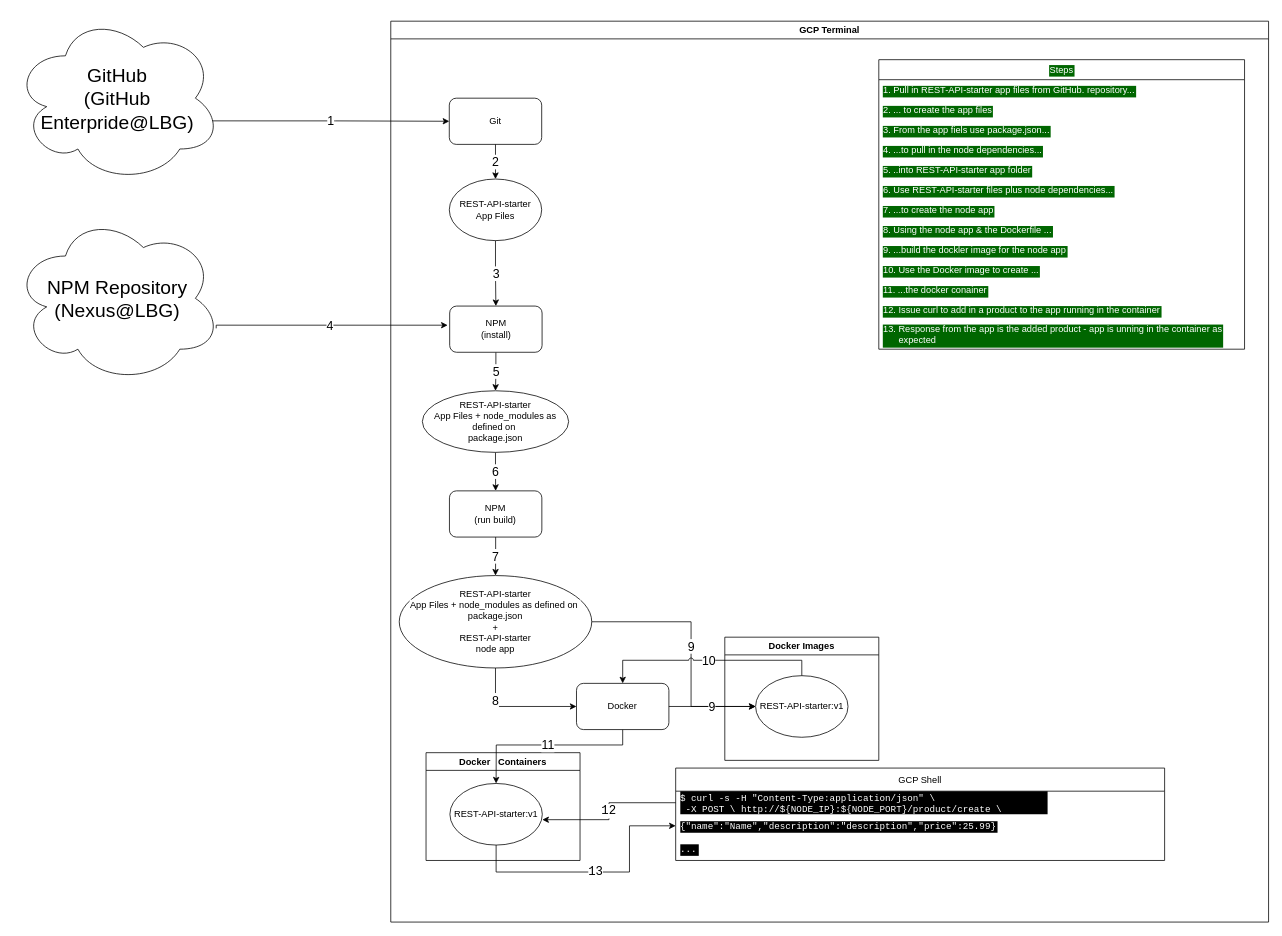
Above: images/tutorial-part-1-entity-diagram.drawio in neilprescott-github/REST-API-starter (draw.io), before the change. Source tidied: cells renumbered, new cells numbered last; positions are measured from the earlier drawing's top-left corner, leaving out a move shared by most shapes. Both pictures are drawn from the tidied source at 77%, with x=0, y=0 at pixel (13, 13).
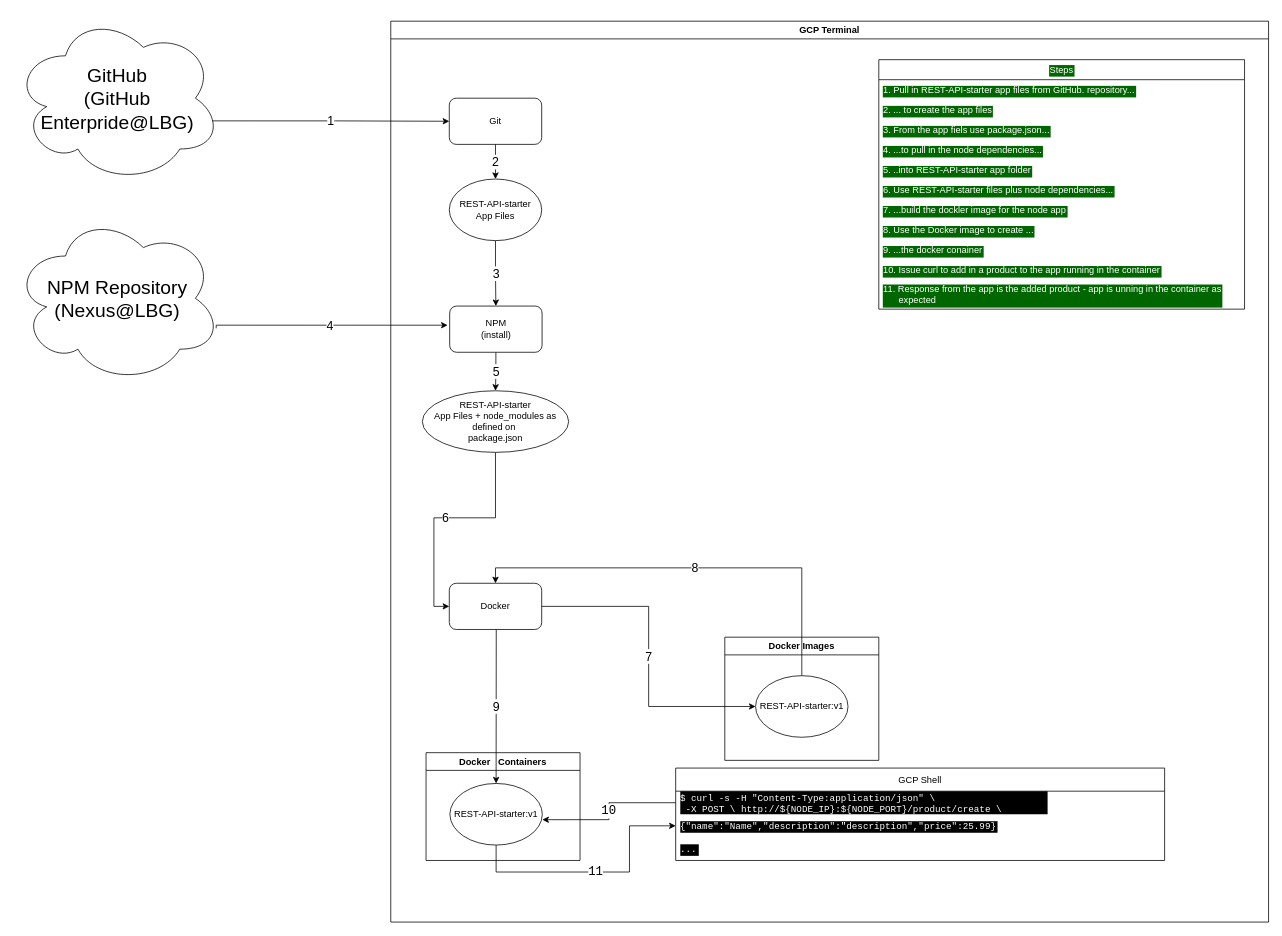
Above is the later version.

Commit message (it also covers changes not shown here):
NP: Updated tutorial part 1 image to reflect actual process

The change refers to these unchanged cells:
```xml
<mxCell id="6" value="GCP Terminal" style="swimlane;" parent="1" vertex="1">
  <mxGeometry x="490" y="10" width="1140" height="1170" as="geometry" />
</mxCell>
<mxCell id="8" value="&lt;span style=&quot;background-color: rgb(255 , 255 , 255)&quot;&gt;REST-API-starter:v1&lt;/span&gt;" style="ellipse;whiteSpace=wrap;html=1;" parent="7" vertex="1">
  <mxGeometry x="31" y="40" width="120" height="80" as="geometry" />
</mxCell>
<mxCell id="34" value="&lt;span style=&quot;background-color: rgb(255 , 255 , 255)&quot;&gt;REST-API-starter&lt;/span&gt;&lt;br&gt;&lt;span style=&quot;background-color: rgb(255 , 255 , 255)&quot;&gt;App Files +&amp;nbsp;&lt;/span&gt;&lt;span style=&quot;background-color: rgb(255 , 255 , 255)&quot;&gt;node_modules as defined on&lt;/span&gt;&lt;span style=&quot;background-color: rgb(255 , 255 , 255)&quot;&gt;&amp;nbsp;&lt;/span&gt;&lt;span style=&quot;background-color: rgb(255 , 255 , 255)&quot;&gt;&lt;br&gt;package.json&lt;/span&gt;" style="ellipse;whiteSpace=wrap;html=1;" parent="6" vertex="1">
  <mxGeometry x="41" y="480" width="190" height="80" as="geometry" />
</mxCell>
<mxCell id="40" value="$ curl -s -H &quot;Content-Type:application/json&quot; \&#10; -X POST \ http://${NODE_IP}:${NODE_PORT}/product/create \&#10; -d'{&quot;name&quot;:&quot;Name&quot;, &quot;description&quot;: &quot;description&quot;, &quot;price&quot;: 25.99}'" style="text;strokeColor=none;fillColor=none;align=left;verticalAlign=middle;spacingLeft=4;spacingRight=4;overflow=hidden;points=[[0,0.5],[1,0.5]];portConstraint=eastwest;fontFamily=Courier New;labelBackgroundColor=#000000;fontColor=#FFFFFF;" parent="39" vertex="1">
  <mxGeometry y="30" width="635" height="30" as="geometry" />
</mxCell>
<mxCell id="41" value="{&quot;name&quot;:&quot;Name&quot;,&quot;description&quot;:&quot;description&quot;,&quot;price&quot;:25.99}" style="text;strokeColor=none;fillColor=none;align=left;verticalAlign=middle;spacingLeft=4;spacingRight=4;overflow=hidden;points=[[0,0.5],[1,0.5]];portConstraint=eastwest;fontFamily=Courier New;labelBackgroundColor=#000000;fontColor=#FFFFFF;" parent="39" vertex="1">
  <mxGeometry y="60" width="635" height="30" as="geometry" />
</mxCell>
<mxCell id="44" value="&lt;span style=&quot;background-color: rgb(255 , 255 , 255)&quot;&gt;REST-API-starter:v1&lt;/span&gt;" style="ellipse;whiteSpace=wrap;html=1;" parent="43" vertex="1">
  <mxGeometry x="40" y="50" width="120" height="80" as="geometry" />
</mxCell>
```

What changed in the source:
```diff
@@
-    <mxCell id="10" value="11" style="edgeStyle=orthogonalEdgeStyle;rounded=0;jettySize=auto;html=1;exitX=0.5;exitY=1;exitDx=0;exitDy=0;labelBackgroundColor=#FFFFFF;fontFamily=Helvetica;fontSize=16;fontColor=#000000;" parent="6" edge="1" source="11" target="8">
+    <mxCell id="10" value="9" style="edgeStyle=orthogonalEdgeStyle;rounded=0;jettySize=auto;html=1;exitX=0.5;exitY=1;exitDx=0;exitDy=0;labelBackgroundColor=#FFFFFF;fontFamily=Helvetica;fontSize=16;fontColor=#000000;" parent="6" edge="1" source="11" target="8">
       <mxGeometry relative="1" as="geometry">
         <Array as="points">
-          <mxPoint x="301" y="940" />
-          <mxPoint x="137" y="940" />
+          <mxPoint x="137" y="790" />
         </Array>
       </mxGeometry>
     </mxCell>
     <mxCell id="11" value="&lt;span style=&quot;background-color: rgb(255 , 255 , 255)&quot;&gt;Docker&lt;/span&gt;" style="rounded=1;whiteSpace=wrap;html=1;" parent="6" vertex="1">
-      <mxGeometry x="241.2" y="860" width="120" height="60" as="geometry" />
+      <mxGeometry x="76" y="730" width="120" height="60" as="geometry" />
     </mxCell>
@@
-    <mxCell id="14" value="12" style="endArrow=classic;html=1;rounded=0;fontFamily=Courier New;fontColor=#000000;edgeStyle=orthogonalEdgeStyle;entryX=1;entryY=0.588;entryDx=0;entryDy=0;entryPerimeter=0;labelBackgroundColor=#FFFFFF;fontSize=16;" parent="6" edge="1" source="40" target="8">
+    <mxCell id="14" value="10" style="endArrow=classic;html=1;rounded=0;fontFamily=Courier New;fontColor=#000000;edgeStyle=orthogonalEdgeStyle;entryX=1;entryY=0.588;entryDx=0;entryDy=0;entryPerimeter=0;labelBackgroundColor=#FFFFFF;fontSize=16;" parent="6" edge="1" source="40" target="8">
       <mxGeometry relative="1" as="geometry" />
     </mxCell>
-    <mxCell id="15" value="13" style="endArrow=classic;html=1;rounded=0;fontFamily=Courier New;fontColor=#000000;edgeStyle=orthogonalEdgeStyle;exitX=0.5;exitY=1;exitDx=0;exitDy=0;entryX=0;entryY=0.5;entryDx=0;entryDy=0;fontSize=16;" parent="6" edge="1" source="8" target="41">
+    <mxCell id="15" value="11" style="endArrow=classic;html=1;rounded=0;fontFamily=Courier New;fontColor=#000000;edgeStyle=orthogonalEdgeStyle;exitX=0.5;exitY=1;exitDx=0;exitDy=0;entryX=0;entryY=0.5;entryDx=0;entryDy=0;fontSize=16;" parent="6" edge="1" source="8" target="41">
       <mxGeometry relative="1" as="geometry">
         <Array as="points">
           <mxPoint x="137" y="1105" />
           <mxPoint x="310" y="1105" />
           <mxPoint x="310" y="1045" />
         </Array>
       </mxGeometry>
     </mxCell>
     <mxCell id="16" value="Steps" style="swimlane;fontStyle=0;horizontal=1;startSize=26;fillColor=none;labelBackgroundColor=#006600;fontFamily=Helvetica;fontColor=#FFFFFF;" parent="6" vertex="1">
-      <mxGeometry x="633.8" y="50" width="475" height="376" as="geometry" />
+      <mxGeometry x="633.8" y="50" width="475" height="324" as="geometry" />
     </mxCell>
@@
-    <mxCell id="23" value="7. ...to create the node app" style="text;strokeColor=none;fillColor=none;align=left;verticalAlign=top;spacingLeft=4;spacingRight=4;overflow=hidden;labelBackgroundColor=#006600;fontFamily=Helvetica;fontColor=#FFFFFF;" parent="16" vertex="1">
-      <mxGeometry y="182" width="475" height="26" as="geometry" />
-    </mxCell>
-    <mxCell id="24" value="8. Using the node app &amp; the Dockerfile ..." style="text;strokeColor=none;fillColor=none;align=left;verticalAlign=top;spacingLeft=4;spacingRight=4;overflow=hidden;labelBackgroundColor=#006600;fontFamily=Helvetica;fontColor=#FFFFFF;" parent="16" vertex="1">
-      <mxGeometry y="208" width="475" height="26" as="geometry" />
-    </mxCell>
-    <mxCell id="25" value="9. ...build the dockler image for the node app" style="text;strokeColor=none;fillColor=none;align=left;verticalAlign=top;spacingLeft=4;spacingRight=4;overflow=hidden;labelBackgroundColor=#006600;fontFamily=Helvetica;fontColor=#FFFFFF;" parent="16" vertex="1">
-      <mxGeometry y="234" width="475" height="26" as="geometry" />
+    <mxCell id="25" value="7. ...build the dockler image for the node app" style="text;strokeColor=none;fillColor=none;align=left;verticalAlign=top;spacingLeft=4;spacingRight=4;overflow=hidden;labelBackgroundColor=#006600;fontFamily=Helvetica;fontColor=#FFFFFF;" parent="16" vertex="1">
+      <mxGeometry y="182" width="475" height="26" as="geometry" />
     </mxCell>
-    <mxCell id="26" value="10. Use the Docker image to create ..." style="text;strokeColor=none;fillColor=none;align=left;verticalAlign=top;spacingLeft=4;spacingRight=4;overflow=hidden;labelBackgroundColor=#006600;fontFamily=Helvetica;fontColor=#FFFFFF;" parent="16" vertex="1">
-      <mxGeometry y="260" width="475" height="26" as="geometry" />
+    <mxCell id="26" value="8. Use the Docker image to create ..." style="text;strokeColor=none;fillColor=none;align=left;verticalAlign=top;spacingLeft=4;spacingRight=4;overflow=hidden;labelBackgroundColor=#006600;fontFamily=Helvetica;fontColor=#FFFFFF;" parent="16" vertex="1">
+      <mxGeometry y="208" width="475" height="26" as="geometry" />
     </mxCell>
-    <mxCell id="27" value="11. ...the docker conainer" style="text;strokeColor=none;fillColor=none;align=left;verticalAlign=top;spacingLeft=4;spacingRight=4;overflow=hidden;labelBackgroundColor=#006600;fontFamily=Helvetica;fontColor=#FFFFFF;" parent="16" vertex="1">
-      <mxGeometry y="286" width="475" height="26" as="geometry" />
+    <mxCell id="27" value="9. ...the docker conainer" style="text;strokeColor=none;fillColor=none;align=left;verticalAlign=top;spacingLeft=4;spacingRight=4;overflow=hidden;labelBackgroundColor=#006600;fontFamily=Helvetica;fontColor=#FFFFFF;" parent="16" vertex="1">
+      <mxGeometry y="234" width="475" height="26" as="geometry" />
     </mxCell>
-    <mxCell id="28" value="12. Issue curl to add in a product to the app running in the container" style="text;strokeColor=none;fillColor=none;align=left;verticalAlign=top;spacingLeft=4;spacingRight=4;overflow=hidden;labelBackgroundColor=#006600;fontFamily=Helvetica;fontColor=#FFFFFF;" parent="16" vertex="1">
-      <mxGeometry y="312" width="475" height="24" as="geometry" />
+    <mxCell id="28" value="10. Issue curl to add in a product to the app running in the container" style="text;strokeColor=none;fillColor=none;align=left;verticalAlign=top;spacingLeft=4;spacingRight=4;overflow=hidden;labelBackgroundColor=#006600;fontFamily=Helvetica;fontColor=#FFFFFF;" parent="16" vertex="1">
+      <mxGeometry y="260" width="475" height="24" as="geometry" />
     </mxCell>
-    <mxCell id="29" value="13. Response from the app is the added product - app is unning in the container as&#10;      expected" style="text;strokeColor=none;fillColor=none;align=left;verticalAlign=top;spacingLeft=4;spacingRight=4;overflow=hidden;labelBackgroundColor=#006600;fontFamily=Helvetica;fontColor=#FFFFFF;" parent="16" vertex="1">
-      <mxGeometry y="336" width="475" height="40" as="geometry" />
+    <mxCell id="29" value="11. Response from the app is the added product - app is unning in the container as&#10;      expected" style="text;strokeColor=none;fillColor=none;align=left;verticalAlign=top;spacingLeft=4;spacingRight=4;overflow=hidden;labelBackgroundColor=#006600;fontFamily=Helvetica;fontColor=#FFFFFF;" parent="16" vertex="1">
+      <mxGeometry y="284" width="475" height="40" as="geometry" />
     </mxCell>
@@
-    <mxCell id="33" value="6" style="edgeStyle=orthogonalEdgeStyle;rounded=0;jettySize=auto;html=1;exitX=0.5;exitY=1;exitDx=0;exitDy=0;entryX=0.5;entryY=0;entryDx=0;entryDy=0;labelBackgroundColor=#FFFFFF;fontFamily=Helvetica;fontSize=16;fontColor=#000000;" parent="6" edge="1" source="34" target="36">
+    <mxCell id="33" value="6" style="edgeStyle=orthogonalEdgeStyle;rounded=0;jettySize=auto;html=1;exitX=0.5;exitY=1;exitDx=0;exitDy=0;entryX=0;entryY=0.5;entryDx=0;entryDy=0;labelBackgroundColor=#FFFFFF;fontFamily=Helvetica;fontSize=16;fontColor=#000000;" parent="6" edge="1" source="34" target="11">
       <mxGeometry relative="1" as="geometry" />
     </mxCell>
@@
-    <mxCell id="35" value="7" style="edgeStyle=orthogonalEdgeStyle;rounded=0;jettySize=auto;html=1;exitX=0.5;exitY=1;exitDx=0;exitDy=0;entryX=0.5;entryY=0;entryDx=0;entryDy=0;labelBackgroundColor=#FFFFFF;fontFamily=Helvetica;fontSize=16;fontColor=#000000;" parent="6" edge="1" source="36" target="38">
-      <mxGeometry relative="1" as="geometry" />
-    </mxCell>
-    <mxCell id="36" value="&lt;span style=&quot;background-color: rgb(255 , 255 , 255)&quot;&gt;NPM&lt;br&gt;(run build)&lt;/span&gt;" style="rounded=1;whiteSpace=wrap;html=1;" parent="6" vertex="1">
-      <mxGeometry x="76.2" y="610" width="120" height="60" as="geometry" />
-    </mxCell>
-    <mxCell id="37" value="9" style="edgeStyle=orthogonalEdgeStyle;rounded=0;jettySize=auto;html=1;exitX=1;exitY=0.5;exitDx=0;exitDy=0;entryX=0;entryY=0.5;entryDx=0;entryDy=0;labelBackgroundColor=#FFFFFF;fontFamily=Helvetica;fontSize=16;fontColor=#000000;jumpStyle=arc;" parent="6" edge="1" source="38" target="44">
-      <mxGeometry relative="1" as="geometry">
-        <Array as="points">
-          <mxPoint x="390" y="780" />
-          <mxPoint x="390" y="890" />
-        </Array>
-      </mxGeometry>
-    </mxCell>
-    <mxCell id="38" value="&lt;span style=&quot;background-color: rgb(255 , 255 , 255)&quot;&gt;REST-API-starter&lt;/span&gt;&lt;br&gt;&lt;span style=&quot;background-color: rgb(255 , 255 , 255)&quot;&gt;App Files +&amp;nbsp;&lt;/span&gt;&lt;span style=&quot;background-color: rgb(255 , 255 , 255)&quot;&gt;node_modules as defined on&lt;/span&gt;&lt;span style=&quot;background-color: rgb(255 , 255 , 255)&quot;&gt;&amp;nbsp;&lt;/span&gt;&lt;span style=&quot;background-color: rgb(255 , 255 , 255)&quot;&gt;&lt;br&gt;package.json&lt;/span&gt;&lt;span style=&quot;background-color: rgb(255 , 255 , 255)&quot;&gt;&lt;br&gt;+&lt;br&gt;REST-API-starter&lt;br&gt;&lt;/span&gt;&lt;span style=&quot;background-color: rgb(255 , 255 , 255)&quot;&gt;node app&lt;/span&gt;" style="ellipse;whiteSpace=wrap;html=1;" parent="6" vertex="1">
-      <mxGeometry x="11" y="720" width="250" height="120" as="geometry" />
-    </mxCell>
@@
-    <mxCell id="45" value="10" style="edgeStyle=orthogonalEdgeStyle;rounded=0;jettySize=auto;html=1;exitX=0.5;exitY=0;exitDx=0;exitDy=0;entryX=0.5;entryY=0;entryDx=0;entryDy=0;labelBackgroundColor=#FFFFFF;fontFamily=Helvetica;fontSize=16;fontColor=#000000;jumpStyle=arc;" parent="6" edge="1" source="44" target="11">
+    <mxCell id="45" value="8" style="edgeStyle=orthogonalEdgeStyle;rounded=0;jettySize=auto;html=1;exitX=0.5;exitY=0;exitDx=0;exitDy=0;entryX=0.5;entryY=0;entryDx=0;entryDy=0;labelBackgroundColor=#FFFFFF;fontFamily=Helvetica;fontSize=16;fontColor=#000000;jumpStyle=arc;" parent="6" edge="1" source="44" target="11">
       <mxGeometry relative="1" as="geometry" />
     </mxCell>
-    <mxCell id="46" value="9" style="edgeStyle=orthogonalEdgeStyle;rounded=0;jettySize=auto;html=1;exitX=1;exitY=0.5;exitDx=0;exitDy=0;entryX=0;entryY=0.5;entryDx=0;entryDy=0;labelBackgroundColor=#FFFFFF;fontFamily=Helvetica;fontSize=16;fontColor=#000000;" parent="6" edge="1" source="11" target="44">
+    <mxCell id="46" value="7" style="edgeStyle=orthogonalEdgeStyle;rounded=0;jettySize=auto;html=1;exitX=1;exitY=0.5;exitDx=0;exitDy=0;entryX=0;entryY=0.5;entryDx=0;entryDy=0;labelBackgroundColor=#FFFFFF;fontFamily=Helvetica;fontSize=16;fontColor=#000000;" parent="6" edge="1" source="11" target="44">
       <mxGeometry relative="1" as="geometry" />
     </mxCell>
-    <mxCell id="47" value="8" style="edgeStyle=orthogonalEdgeStyle;rounded=0;jettySize=auto;html=1;exitX=0.5;exitY=1;exitDx=0;exitDy=0;labelBackgroundColor=#FFFFFF;fontFamily=Helvetica;fontSize=16;fontColor=#000000;entryX=0;entryY=0.5;entryDx=0;entryDy=0;" parent="6" edge="1" source="38" target="11">
-      <mxGeometry x="-0.46" relative="1" as="geometry" />
-    </mxCell>
```
